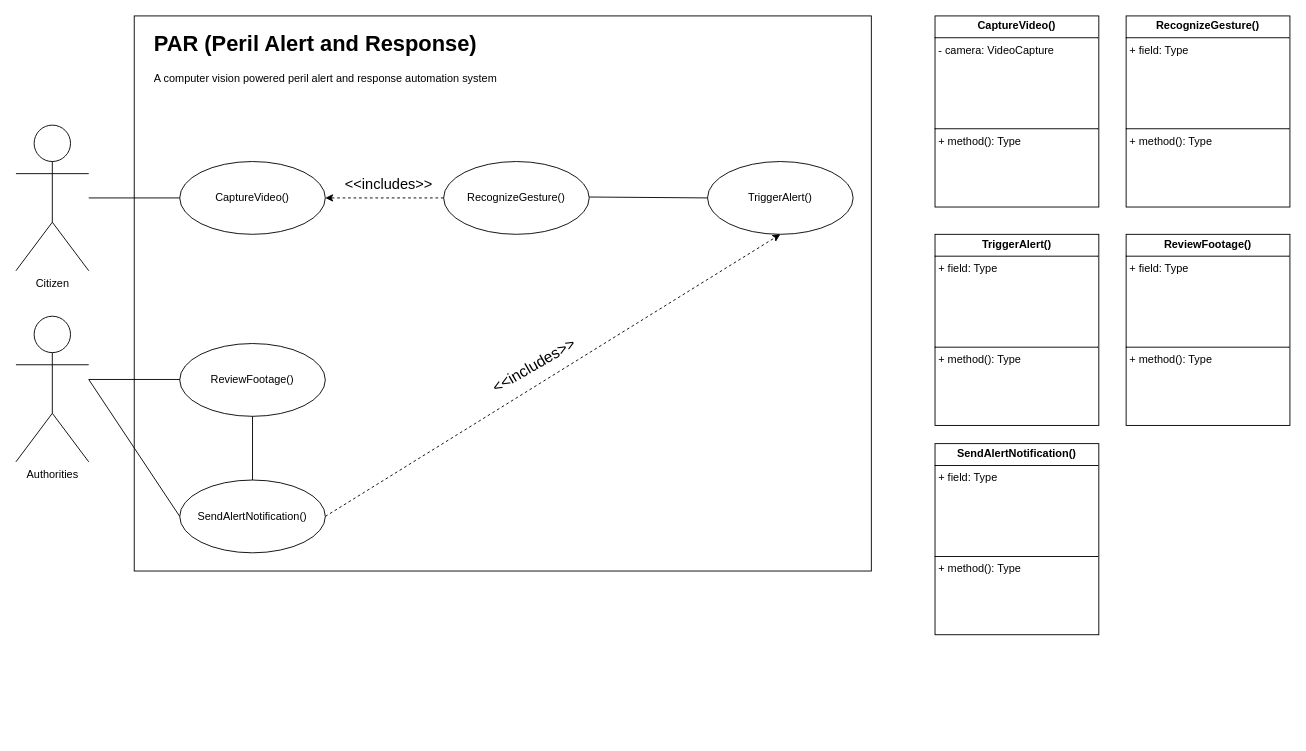
Above: Untitled Diagram.drawio in HansongProgramming/randomProjects (draw.io), before the change. Source tidied: cells renumbered, new cells numbered last; positions are measured from the earlier drawing's top-left corner, leaving out a move shared by most shapes. Both pictures are drawn from the tidied source at 91%, with x=0, y=0 at pixel (15, 15).
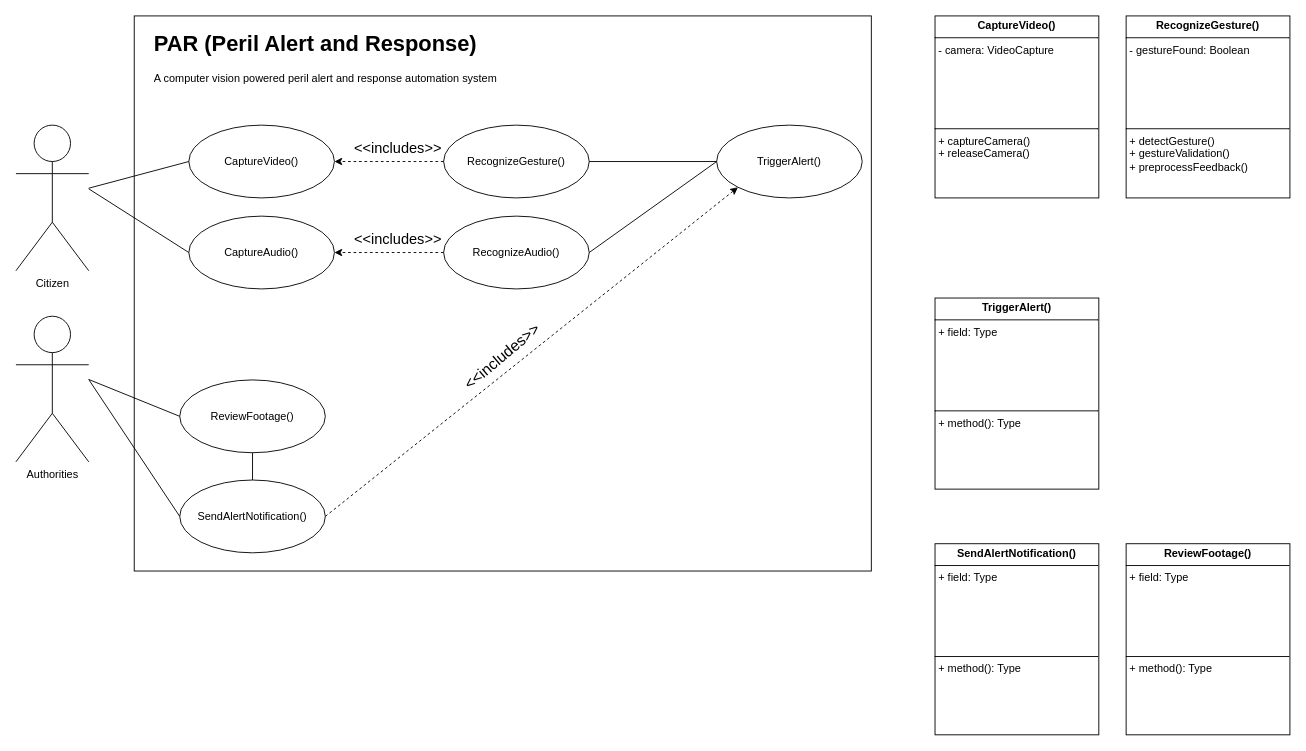
The same page after the edit.

The change refers to these unchanged cells:
```xml
<mxCell id="8" value="SendAlertNotification()" style="ellipse;whiteSpace=wrap;html=1;" parent="1" vertex="1">
  <mxGeometry x="180" y="510" width="160" height="80" as="geometry" />
</mxCell>
```

Diff of the diagram source:
```diff
@@
     <mxCell id="4" value="CaptureVideo()" style="ellipse;whiteSpace=wrap;html=1;" parent="1" vertex="1">
-      <mxGeometry x="180" y="160" width="160" height="80" as="geometry" />
+      <mxGeometry x="190" y="120" width="160" height="80" as="geometry" />
     </mxCell>
@@
     <mxCell id="6" value="RecognizeGesture()" style="ellipse;whiteSpace=wrap;html=1;" parent="1" vertex="1">
-      <mxGeometry x="470" y="160" width="160" height="80" as="geometry" />
+      <mxGeometry x="470" y="120" width="160" height="80" as="geometry" />
     </mxCell>
     <mxCell id="7" value="TriggerAlert()" style="ellipse;whiteSpace=wrap;html=1;" parent="1" vertex="1">
-      <mxGeometry x="760" y="160" width="160" height="80" as="geometry" />
+      <mxGeometry x="770" y="120" width="160" height="80" as="geometry" />
     </mxCell>
@@
     <mxCell id="9" value="ReviewFootage()" style="ellipse;whiteSpace=wrap;html=1;" parent="1" vertex="1">
-      <mxGeometry x="180" y="360" width="160" height="80" as="geometry" />
+      <mxGeometry x="180" y="400" width="160" height="80" as="geometry" />
     </mxCell>
@@
-    <mxCell id="12" value="&lt;font style=&quot;font-size: 16px;&quot;&gt;&amp;lt;&amp;lt;includes&amp;gt;&amp;gt;&lt;/font&gt;" style="text;html=1;align=center;verticalAlign=middle;whiteSpace=wrap;rounded=0;" parent="1" vertex="1">
-      <mxGeometry x="380" y="170" width="60" height="30" as="geometry" />
+    <mxCell id="12" value="&lt;font style=&quot;font-size: 16px;&quot;&gt;&amp;lt;&amp;lt;includes&amp;gt;&amp;gt;&lt;/font&gt;" style="text;html=1;align=center;verticalAlign=middle;whiteSpace=wrap;rounded=0;rotation=0;" parent="1" vertex="1">
+      <mxGeometry x="390" y="130" width="60" height="30" as="geometry" />
     </mxCell>
-    <mxCell id="13" style="endArrow=classic;html=1;rounded=0;dashed=1;exitX=1;exitY=0.5;exitDx=0;exitDy=0;entryX=0.5;entryY=1;entryDx=0;entryDy=0;" parent="1" edge="1" source="8" target="7">
+    <mxCell id="13" style="endArrow=classic;html=1;rounded=0;dashed=1;exitX=1;exitY=0.5;exitDx=0;exitDy=0;entryX=0;entryY=1;entryDx=0;entryDy=0;" parent="1" edge="1" source="8" target="7">
       <mxGeometry relative="1" as="geometry" />
     </mxCell>
-    <mxCell id="14" value="&lt;font style=&quot;font-size: 17px;&quot;&gt;&amp;lt;&amp;lt;includes&amp;gt;&amp;gt;&lt;/font&gt;" style="text;html=1;align=center;verticalAlign=middle;whiteSpace=wrap;rounded=0;rotation=-30;" parent="1" vertex="1">
-      <mxGeometry x="540" y="370" width="60" height="30" as="geometry" />
+    <mxCell id="14" value="&lt;font style=&quot;font-size: 17px;&quot;&gt;&amp;lt;&amp;lt;includes&amp;gt;&amp;gt;&lt;/font&gt;" style="text;html=1;align=center;verticalAlign=middle;whiteSpace=wrap;rounded=0;rotation=-40;" parent="1" vertex="1">
+      <mxGeometry x="505" y="360" width="60" height="30" as="geometry" />
     </mxCell>
-    <mxCell id="15" style="endArrow=none;html=1;rounded=0;entryX=0;entryY=0.5;entryDx=0;entryDy=0;" parent="1" edge="1">
+    <mxCell id="15" style="endArrow=none;html=1;rounded=0;entryX=0;entryY=0.5;entryDx=0;entryDy=0;" parent="1" edge="1" target="9">
       <mxGeometry relative="1" as="geometry">
         <mxPoint x="80" y="399.5" as="sourcePoint" />
-        <mxPoint x="180" y="399.5" as="targetPoint" />
       </mxGeometry>
     </mxCell>
@@
-    <mxCell id="19" style="endArrow=none;html=1;rounded=0;entryX=0;entryY=0.5;entryDx=0;entryDy=0;" parent="1" edge="1" target="7">
-      <mxGeometry relative="1" as="geometry">
-        <mxPoint x="630" y="199" as="sourcePoint" />
-      </mxGeometry>
+    <mxCell id="19" style="endArrow=none;html=1;rounded=0;entryX=0;entryY=0.5;entryDx=0;entryDy=0;exitX=1;exitY=0.5;exitDx=0;exitDy=0;" parent="1" edge="1" source="6" target="7">
+      <mxGeometry relative="1" as="geometry" />
     </mxCell>
-    <mxCell id="20" value="&lt;p style=&quot;margin:0px;margin-top:4px;text-align:center;&quot;&gt;&lt;b&gt;CaptureVideo()&lt;/b&gt;&lt;/p&gt;&lt;hr size=&quot;1&quot; style=&quot;border-style:solid;&quot;&gt;&lt;p style=&quot;margin:0px;margin-left:4px;&quot;&gt;- camera: VideoCapture&lt;/p&gt;&lt;p style=&quot;margin:0px;margin-left:4px;&quot;&gt;&lt;br&gt;&lt;/p&gt;&lt;p style=&quot;margin:0px;margin-left:4px;&quot;&gt;&lt;br&gt;&lt;/p&gt;&lt;p style=&quot;margin:0px;margin-left:4px;&quot;&gt;&lt;br&gt;&lt;/p&gt;&lt;p style=&quot;margin:0px;margin-left:4px;&quot;&gt;&lt;br&gt;&lt;/p&gt;&lt;p style=&quot;margin:0px;margin-left:4px;&quot;&gt;&lt;br&gt;&lt;/p&gt;&lt;hr size=&quot;1&quot; style=&quot;border-style:solid;&quot;&gt;&lt;p style=&quot;margin:0px;margin-left:4px;&quot;&gt;+ method(): Type&lt;/p&gt;" style="verticalAlign=top;align=left;overflow=fill;html=1;whiteSpace=wrap;" parent="1" vertex="1">
-      <mxGeometry x="1010" width="180" height="210" as="geometry" />
+    <mxCell id="20" value="&lt;p style=&quot;margin:0px;margin-top:4px;text-align:center;&quot;&gt;&lt;b&gt;CaptureVideo()&lt;/b&gt;&lt;/p&gt;&lt;hr size=&quot;1&quot; style=&quot;border-style:solid;&quot;&gt;&lt;p style=&quot;margin:0px;margin-left:4px;&quot;&gt;- camera: VideoCapture&lt;/p&gt;&lt;p style=&quot;margin:0px;margin-left:4px;&quot;&gt;&lt;br&gt;&lt;/p&gt;&lt;p style=&quot;margin:0px;margin-left:4px;&quot;&gt;&lt;br&gt;&lt;/p&gt;&lt;p style=&quot;margin:0px;margin-left:4px;&quot;&gt;&lt;br&gt;&lt;/p&gt;&lt;p style=&quot;margin:0px;margin-left:4px;&quot;&gt;&lt;br&gt;&lt;/p&gt;&lt;p style=&quot;margin:0px;margin-left:4px;&quot;&gt;&lt;br&gt;&lt;/p&gt;&lt;hr size=&quot;1&quot; style=&quot;border-style:solid;&quot;&gt;&lt;p style=&quot;margin:0px;margin-left:4px;&quot;&gt;+ captureCamera()&lt;/p&gt;&lt;p style=&quot;margin:0px;margin-left:4px;&quot;&gt;+ releaseCamera()&lt;/p&gt;&lt;p style=&quot;margin:0px;margin-left:4px;&quot;&gt;&lt;br&gt;&lt;/p&gt;" style="verticalAlign=top;align=left;overflow=fill;html=1;whiteSpace=wrap;" parent="1" vertex="1">
+      <mxGeometry x="1010" width="180" height="200" as="geometry" />
     </mxCell>
-    <mxCell id="21" value="&lt;p style=&quot;margin:0px;margin-top:4px;text-align:center;&quot;&gt;&lt;b&gt;RecognizeGesture()&lt;/b&gt;&lt;/p&gt;&lt;hr size=&quot;1&quot; style=&quot;border-style:solid;&quot;&gt;&lt;p style=&quot;margin:0px;margin-left:4px;&quot;&gt;+ field: Type&lt;/p&gt;&lt;p style=&quot;margin:0px;margin-left:4px;&quot;&gt;&lt;br&gt;&lt;/p&gt;&lt;p style=&quot;margin:0px;margin-left:4px;&quot;&gt;&lt;br&gt;&lt;/p&gt;&lt;p style=&quot;margin:0px;margin-left:4px;&quot;&gt;&lt;br&gt;&lt;/p&gt;&lt;p style=&quot;margin:0px;margin-left:4px;&quot;&gt;&lt;br&gt;&lt;/p&gt;&lt;p style=&quot;margin:0px;margin-left:4px;&quot;&gt;&lt;br&gt;&lt;/p&gt;&lt;hr size=&quot;1&quot; style=&quot;border-style:solid;&quot;&gt;&lt;p style=&quot;margin:0px;margin-left:4px;&quot;&gt;+ method(): Type&lt;/p&gt;" style="verticalAlign=top;align=left;overflow=fill;html=1;whiteSpace=wrap;" parent="1" vertex="1">
-      <mxGeometry x="1220" width="180" height="210" as="geometry" />
+    <mxCell id="21" value="&lt;p style=&quot;margin:0px;margin-top:4px;text-align:center;&quot;&gt;&lt;b&gt;RecognizeGesture()&lt;/b&gt;&lt;/p&gt;&lt;hr size=&quot;1&quot; style=&quot;border-style:solid;&quot;&gt;&lt;p style=&quot;margin:0px;margin-left:4px;&quot;&gt;- gestureFound: Boolean&lt;/p&gt;&lt;p style=&quot;margin:0px;margin-left:4px;&quot;&gt;&lt;br&gt;&lt;/p&gt;&lt;p style=&quot;margin:0px;margin-left:4px;&quot;&gt;&lt;br&gt;&lt;/p&gt;&lt;p style=&quot;margin:0px;margin-left:4px;&quot;&gt;&lt;br&gt;&lt;/p&gt;&lt;p style=&quot;margin:0px;margin-left:4px;&quot;&gt;&lt;br&gt;&lt;/p&gt;&lt;p style=&quot;margin:0px;margin-left:4px;&quot;&gt;&lt;br&gt;&lt;/p&gt;&lt;hr size=&quot;1&quot; style=&quot;border-style:solid;&quot;&gt;&lt;p style=&quot;margin:0px;margin-left:4px;&quot;&gt;+ detectGesture()&lt;/p&gt;&lt;p style=&quot;margin:0px;margin-left:4px;&quot;&gt;+ gestureValidation()&lt;/p&gt;&lt;p style=&quot;margin:0px;margin-left:4px;&quot;&gt;+ preprocessFeedback()&lt;/p&gt;" style="verticalAlign=top;align=left;overflow=fill;html=1;whiteSpace=wrap;" parent="1" vertex="1">
+      <mxGeometry x="1220" width="180" height="200" as="geometry" />
     </mxCell>
     <mxCell id="22" value="&lt;p style=&quot;margin:0px;margin-top:4px;text-align:center;&quot;&gt;&lt;b&gt;TriggerAlert()&lt;/b&gt;&lt;/p&gt;&lt;hr size=&quot;1&quot; style=&quot;border-style:solid;&quot;&gt;&lt;p style=&quot;margin:0px;margin-left:4px;&quot;&gt;+ field: Type&lt;/p&gt;&lt;p style=&quot;margin:0px;margin-left:4px;&quot;&gt;&lt;br&gt;&lt;/p&gt;&lt;p style=&quot;margin:0px;margin-left:4px;&quot;&gt;&lt;br&gt;&lt;/p&gt;&lt;p style=&quot;margin:0px;margin-left:4px;&quot;&gt;&lt;br&gt;&lt;/p&gt;&lt;p style=&quot;margin:0px;margin-left:4px;&quot;&gt;&lt;br&gt;&lt;/p&gt;&lt;p style=&quot;margin:0px;margin-left:4px;&quot;&gt;&lt;br&gt;&lt;/p&gt;&lt;hr size=&quot;1&quot; style=&quot;border-style:solid;&quot;&gt;&lt;p style=&quot;margin:0px;margin-left:4px;&quot;&gt;+ method(): Type&lt;/p&gt;" style="verticalAlign=top;align=left;overflow=fill;html=1;whiteSpace=wrap;" parent="1" vertex="1">
-      <mxGeometry x="1010" y="240" width="180" height="210" as="geometry" />
+      <mxGeometry x="1010" y="310" width="180" height="210" as="geometry" />
     </mxCell>
     <mxCell id="23" value="&lt;p style=&quot;margin:0px;margin-top:4px;text-align:center;&quot;&gt;&lt;b&gt;ReviewFootage()&lt;/b&gt;&lt;/p&gt;&lt;hr size=&quot;1&quot; style=&quot;border-style:solid;&quot;&gt;&lt;p style=&quot;margin:0px;margin-left:4px;&quot;&gt;+ field: Type&lt;/p&gt;&lt;p style=&quot;margin:0px;margin-left:4px;&quot;&gt;&lt;br&gt;&lt;/p&gt;&lt;p style=&quot;margin:0px;margin-left:4px;&quot;&gt;&lt;br&gt;&lt;/p&gt;&lt;p style=&quot;margin:0px;margin-left:4px;&quot;&gt;&lt;br&gt;&lt;/p&gt;&lt;p style=&quot;margin:0px;margin-left:4px;&quot;&gt;&lt;br&gt;&lt;/p&gt;&lt;p style=&quot;margin:0px;margin-left:4px;&quot;&gt;&lt;br&gt;&lt;/p&gt;&lt;hr size=&quot;1&quot; style=&quot;border-style:solid;&quot;&gt;&lt;p style=&quot;margin:0px;margin-left:4px;&quot;&gt;+ method(): Type&lt;/p&gt;" style="verticalAlign=top;align=left;overflow=fill;html=1;whiteSpace=wrap;" parent="1" vertex="1">
-      <mxGeometry x="1220" y="240" width="180" height="210" as="geometry" />
+      <mxGeometry x="1220" y="580" width="180" height="210" as="geometry" />
     </mxCell>
     <mxCell id="24" value="&lt;p style=&quot;margin:0px;margin-top:4px;text-align:center;&quot;&gt;&lt;b&gt;SendAlertNotification()&lt;/b&gt;&lt;/p&gt;&lt;hr size=&quot;1&quot; style=&quot;border-style:solid;&quot;&gt;&lt;p style=&quot;margin:0px;margin-left:4px;&quot;&gt;+ field: Type&lt;/p&gt;&lt;p style=&quot;margin:0px;margin-left:4px;&quot;&gt;&lt;br&gt;&lt;/p&gt;&lt;p style=&quot;margin:0px;margin-left:4px;&quot;&gt;&lt;br&gt;&lt;/p&gt;&lt;p style=&quot;margin:0px;margin-left:4px;&quot;&gt;&lt;br&gt;&lt;/p&gt;&lt;p style=&quot;margin:0px;margin-left:4px;&quot;&gt;&lt;br&gt;&lt;/p&gt;&lt;p style=&quot;margin:0px;margin-left:4px;&quot;&gt;&lt;br&gt;&lt;/p&gt;&lt;hr size=&quot;1&quot; style=&quot;border-style:solid;&quot;&gt;&lt;p style=&quot;margin:0px;margin-left:4px;&quot;&gt;+ method(): Type&lt;/p&gt;" style="verticalAlign=top;align=left;overflow=fill;html=1;whiteSpace=wrap;" parent="1" vertex="1">
-      <mxGeometry x="1010" y="470" width="180" height="210" as="geometry" />
+      <mxGeometry x="1010" y="580" width="180" height="210" as="geometry" />
     </mxCell>
+    <mxCell id="25" value="CaptureAudio()" style="ellipse;whiteSpace=wrap;html=1;" parent="1" vertex="1">
+      <mxGeometry x="190" y="220" width="160" height="80" as="geometry" />
+    </mxCell>
+    <mxCell id="26" value="RecognizeAudio()" style="ellipse;whiteSpace=wrap;html=1;" parent="1" vertex="1">
+      <mxGeometry x="470" y="220" width="160" height="80" as="geometry" />
+    </mxCell>
+    <mxCell id="27" style="endArrow=none;html=1;rounded=0;entryX=0;entryY=0.5;entryDx=0;entryDy=0;" parent="1" edge="1" target="25">
+      <mxGeometry relative="1" as="geometry">
+        <mxPoint x="80" y="190" as="sourcePoint" />
+      </mxGeometry>
+    </mxCell>
+    <mxCell id="28" style="endArrow=classic;html=1;rounded=0;dashed=1;exitX=0;exitY=0.5;exitDx=0;exitDy=0;entryX=1;entryY=0.5;entryDx=0;entryDy=0;" parent="1" edge="1" source="26" target="25">
+      <mxGeometry relative="1" as="geometry" />
+    </mxCell>
+    <mxCell id="29" style="endArrow=none;html=1;rounded=0;entryX=0;entryY=0.5;entryDx=0;entryDy=0;exitX=1;exitY=0.5;exitDx=0;exitDy=0;" parent="1" edge="1" source="26" target="7">
+      <mxGeometry relative="1" as="geometry" />
+    </mxCell>
+    <mxCell id="30" value="&lt;font style=&quot;font-size: 16px;&quot;&gt;&amp;lt;&amp;lt;includes&amp;gt;&amp;gt;&lt;/font&gt;" style="text;html=1;align=center;verticalAlign=middle;whiteSpace=wrap;rounded=0;rotation=0;" parent="1" vertex="1">
+      <mxGeometry x="390" y="230" width="60" height="30" as="geometry" />
+    </mxCell>
```
